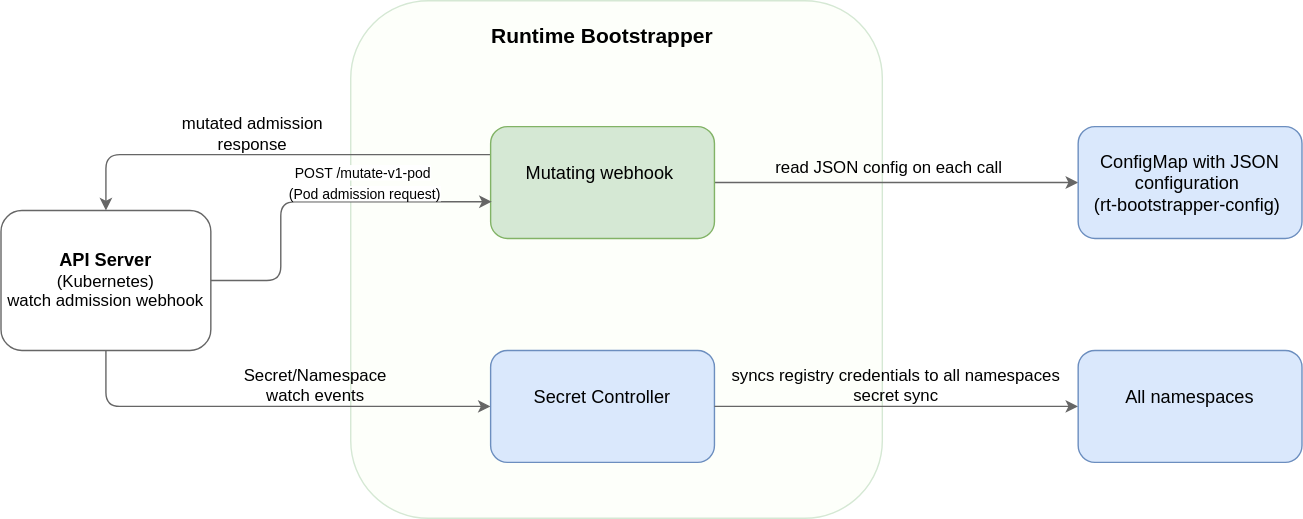
Earlier version of the draw.io export docs/assets/building-block-level1.drawio.svg (kyma-project/rt-bootstrapper). Source tidied: cells renumbered, new cells last; positions are measured from the earlier drawing's top-left corner, leaving out a move shared by most shapes.
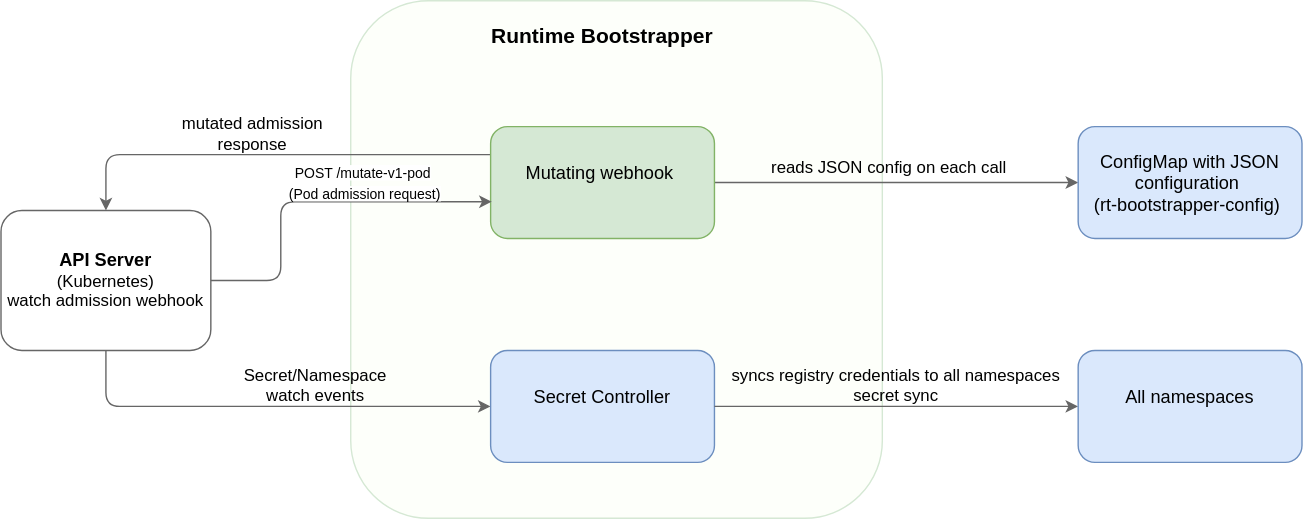
Later version of the same file.

Diff of the diagram source:
```diff
@@ -55,7 +55,7 @@
     <mxCell id="17" value="syncs registry credentials to all namespaces&lt;div&gt;secret sync&lt;/div&gt;" style="text;html=1;align=center;verticalAlign=middle;whiteSpace=wrap;rounded=0;" parent="1" vertex="1">
       <mxGeometry x="520" y="260" width="240" height="30" as="geometry" />
     </mxCell>
-    <mxCell id="18" value="read JSON config on each call" style="text;html=1;align=center;verticalAlign=middle;whiteSpace=wrap;rounded=0;" parent="1" vertex="1">
+    <mxCell id="18" value="reads JSON config on each call" style="text;html=1;align=center;verticalAlign=middle;whiteSpace=wrap;rounded=0;" parent="1" vertex="1">
       <mxGeometry x="540" y="110" width="190" height="20" as="geometry" />
     </mxCell>
   </root>
```
